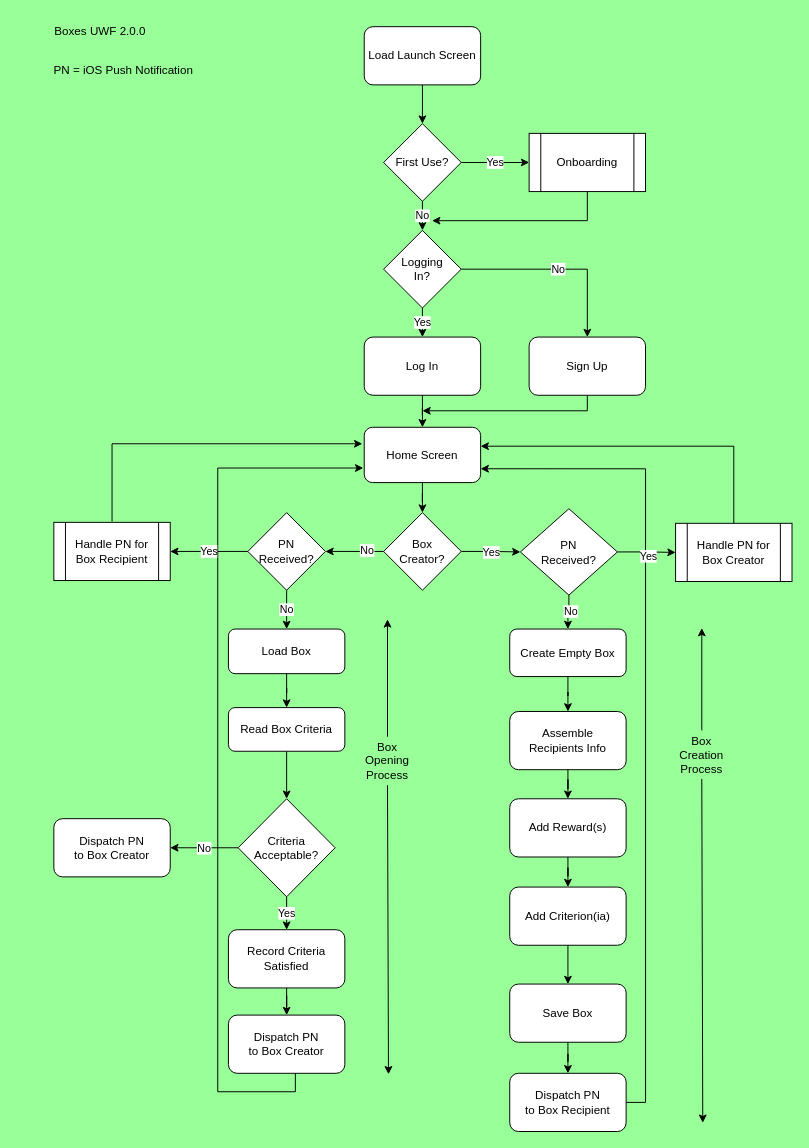
Earlier version of the draw.io diagram page "Page-1" (1 of 3) of Design/Boxes UWF 1.0.0.drawio (sjlearmonth/boxes). Source tidied: cells renumbered, new cells numbered last; positions are measured from the earlier drawing's top-left corner, leaving out a move shared by most shapes. Both pictures are drawn from the tidied source at 97%, with x=0, y=0 at pixel (16, 16).
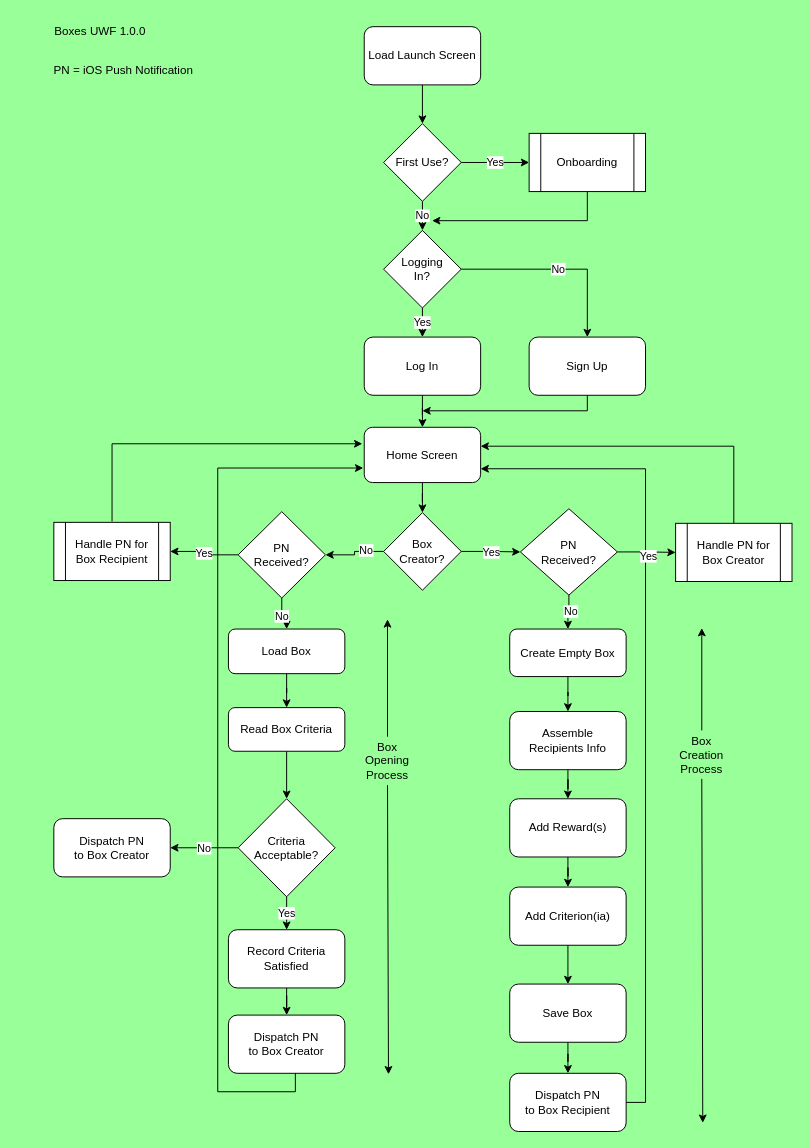
Above is the later version.

Change to the diagram source:
```diff
@@
     <mxCell id="48" value="PN&lt;br&gt;Received?" style="rhombus;whiteSpace=wrap;html=1;" parent="1" vertex="1">
-      <mxGeometry x="238" y="511" width="80" height="80" as="geometry" />
+      <mxGeometry x="228" y="510" width="90" height="89" as="geometry" />
     </mxCell>
@@
-    <mxCell id="63" value="Boxes UWF 2.0.0" style="text;html=1;strokeColor=none;fillColor=none;align=center;verticalAlign=middle;whiteSpace=wrap;rounded=0;" parent="1" vertex="1">
+    <mxCell id="63" value="Boxes UWF 1.0.0" style="text;html=1;strokeColor=none;fillColor=none;align=center;verticalAlign=middle;whiteSpace=wrap;rounded=0;" parent="1" vertex="1">
       <mxGeometry x="36" width="100" height="30" as="geometry" />
     </mxCell>
```
